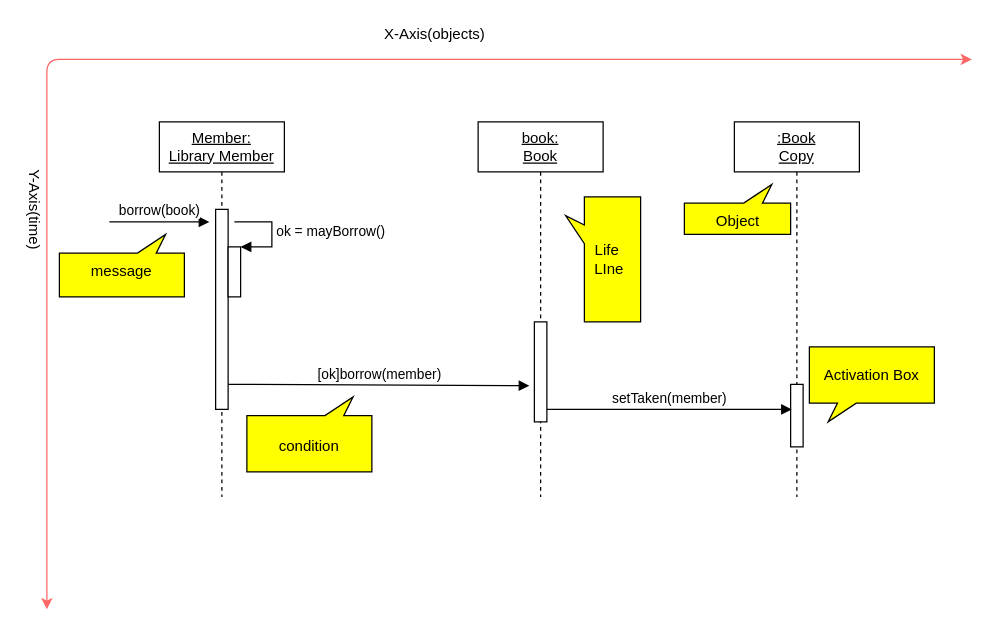
Earlier version of the draw.io diagram sequence_2.drawio (SudipAdh/software-engineering-visio). Source tidied: cells renumbered, new cells numbered last; positions are measured from the earlier drawing's top-left corner, leaving out a move shared by most shapes. Both pictures are drawn from the tidied source at 125%, with x=0, y=0 at pixel (-16, 21).
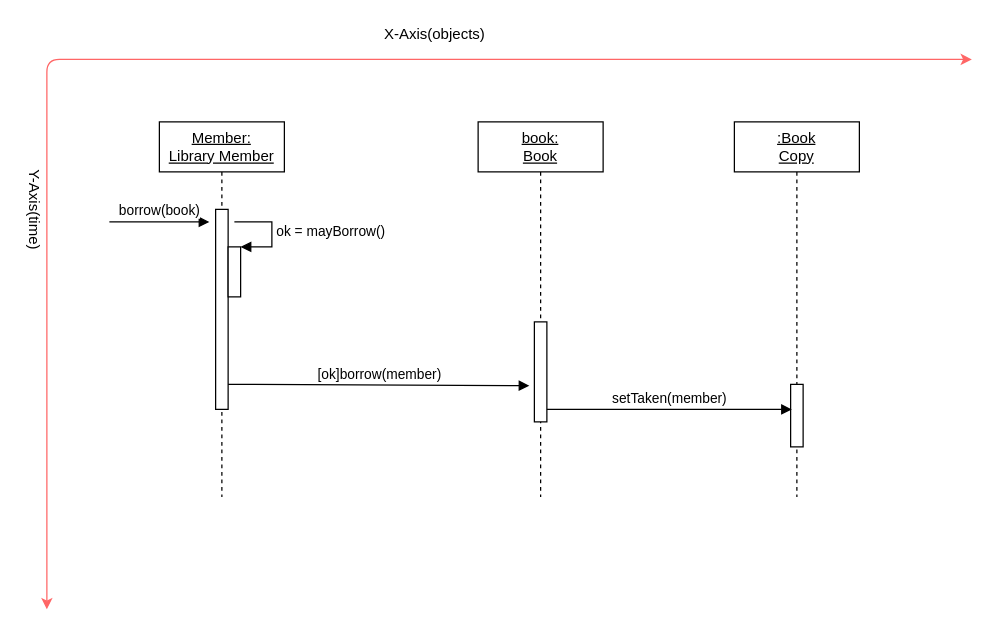
After the change.

Change to the diagram source:
```diff
@@
-    <mxCell id="16" style="whiteSpace=wrap;html=1;shape=mxgraph.basic.rectCallout;dx=30;dy=15;boundedLbl=1;rotation=-180;fillColor=#FFFF00;" parent="1" vertex="1">
-      <mxGeometry x="60" y="170" width="100" height="50" as="geometry" />
-    </mxCell>
-    <mxCell id="17" value="message" style="text;html=1;strokeColor=none;fillColor=none;align=center;verticalAlign=middle;whiteSpace=wrap;rounded=0;" parent="1" vertex="1">
-      <mxGeometry x="90" y="190" width="40" height="20" as="geometry" />
-    </mxCell>
-    <mxCell id="18" style="whiteSpace=wrap;html=1;shape=mxgraph.basic.rectCallout;dx=30;dy=15;boundedLbl=1;rotation=-180;fillColor=#FFFF00;" parent="1" vertex="1">
-      <mxGeometry x="210" y="300" width="100" height="60" as="geometry" />
-    </mxCell>
-    <mxCell id="19" value="condition" style="text;html=1;strokeColor=none;fillColor=none;align=center;verticalAlign=middle;whiteSpace=wrap;rounded=0;" parent="1" vertex="1">
-      <mxGeometry x="240" y="330" width="40" height="20" as="geometry" />
-    </mxCell>
-    <mxCell id="20" style="whiteSpace=wrap;html=1;shape=mxgraph.basic.rectCallout;dx=30;dy=15;boundedLbl=1;rotation=90;fillColor=#FFFF00;" parent="1" vertex="1">
-      <mxGeometry x="445" y="160" width="100" height="60" as="geometry" />
-    </mxCell>
-    <mxCell id="21" value="Life&amp;nbsp;&lt;br&gt;LIne" style="text;html=1;strokeColor=none;fillColor=none;align=center;verticalAlign=middle;whiteSpace=wrap;rounded=0;" parent="1" vertex="1">
-      <mxGeometry x="480" y="180" width="40" height="20" as="geometry" />
-    </mxCell>
-    <mxCell id="22" style="whiteSpace=wrap;html=1;shape=mxgraph.basic.rectCallout;dx=30;dy=15;boundedLbl=1;rotation=-180;fillColor=#FFFF00;" parent="1" vertex="1">
-      <mxGeometry x="560" y="130" width="85" height="40" as="geometry" />
-    </mxCell>
-    <mxCell id="23" value="Object" style="text;html=1;strokeColor=none;fillColor=none;align=center;verticalAlign=middle;whiteSpace=wrap;rounded=0;" parent="1" vertex="1">
-      <mxGeometry x="582.5" y="150" width="40" height="20" as="geometry" />
-    </mxCell>
-    <mxCell id="24" value="Activation Box" style="whiteSpace=wrap;html=1;shape=mxgraph.basic.rectCallout;dx=30;dy=15;boundedLbl=1;fillColor=#FFFF00;" parent="1" vertex="1">
-      <mxGeometry x="660" y="260" width="100" height="60" as="geometry" />
-    </mxCell>
```
